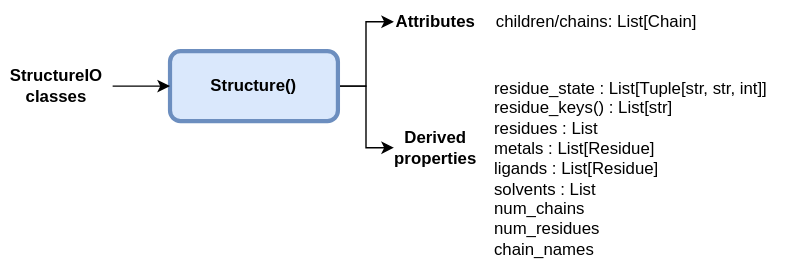
Above: docs/figures/Structure_io.svg in ChemBioHTP/enzyhtp_doc (draw.io), before the change. Source tidied: cells renumbered, new cells last; positions are measured from the earlier drawing's top-left corner, leaving out a move shared by most shapes.
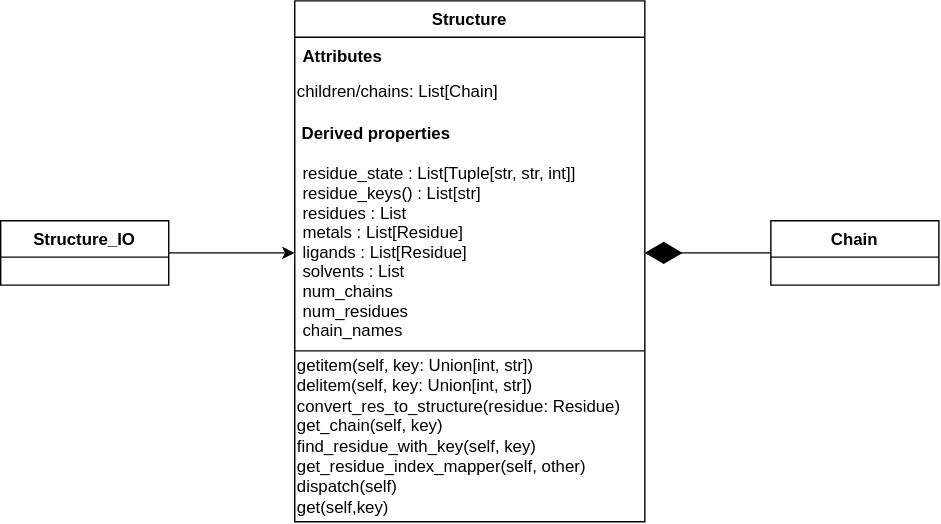
Above is the later version.

The edit, as a diff of the source:
```diff
@@ -1,33 +1,39 @@
 <mxGraphModel>
   <root>
-    <mxCell id="0" />
-    <mxCell id="1" parent="0" />
-    <mxCell id="2" style="edgeStyle=orthogonalEdgeStyle;rounded=0;jettySize=auto;html=1;entryX=0;entryY=0.5;entryDx=0;entryDy=0;" parent="1" edge="1" source="4" target="5">
-      <mxGeometry relative="1" as="geometry" />
-    </mxCell>
-    <mxCell id="3" style="edgeStyle=orthogonalEdgeStyle;rounded=0;jettySize=auto;html=1;entryX=0;entryY=0.5;entryDx=0;entryDy=0;" parent="1" edge="1" source="4" target="8">
-      <mxGeometry relative="1" as="geometry" />
-    </mxCell>
-    <mxCell id="4" value="&lt;span&gt;Structure()&lt;/span&gt;" style="rounded=1;whiteSpace=wrap;html=1;fillColor=#dae8fc;strokeColor=#6c8ebf;strokeWidth=3;fontStyle=1;" parent="1" vertex="1">
-      <mxGeometry x="121" y="36" width="120" height="50" as="geometry" />
-    </mxCell>
+    <mxCell id="11" />
+    <mxCell id="12" parent="11" />
+    <mxCell id="13" value="Structure" style="swimlane;fontStyle=1;align=center;verticalAlign=top;horizontal=1;startSize=26;rounded=0;shadow=0;strokeWidth=1;" parent="12" vertex="1">
+      <mxGeometry x="120" y="-986" width="250" height="372" as="geometry" />
+    </mxCell>
-    <mxCell id="5" value="Attributes" style="text;html=1;align=center;verticalAlign=middle;whiteSpace=wrap;rounded=0;fontStyle=1;" parent="1" vertex="1">
-      <mxGeometry x="281" width="60" height="30" as="geometry" />
+    <mxCell id="5" value="Attributes" style="text;align=left;verticalAlign=top;spacingLeft=4;spacingRight=4;overflow=hidden;points=[[0,0.5],[1,0.5]];portConstraint=eastwest;fontStyle=1;" parent="13" vertex="1">
+      <mxGeometry y="26" width="250" height="24" as="geometry" />
     </mxCell>
-    <mxCell id="6" value="children/chains: List[Chain]" style="text;html=1;align=center;verticalAlign=middle;whiteSpace=wrap;rounded=0;" parent="1" vertex="1">
-      <mxGeometry x="341" width="170" height="30" as="geometry" />
+    <mxCell id="6" value="&lt;span style=&quot;text-wrap: nowrap;&quot;&gt;children/chains: List[Chain]&lt;/span&gt;" style="text;html=1;align=left;verticalAlign=middle;whiteSpace=wrap;rounded=0;" parent="13" vertex="1">
+      <mxGeometry y="50" width="250" height="30" as="geometry" />
     </mxCell>
+    <mxCell id="8" value="&lt;b style=&quot;text-wrap: nowrap;&quot;&gt;&amp;nbsp;Derived properties&lt;/b&gt;" style="text;html=1;align=left;verticalAlign=middle;whiteSpace=wrap;rounded=0;" parent="13" vertex="1">
+      <mxGeometry y="80" width="250" height="30" as="geometry" />
+    </mxCell>
-    <mxCell id="7" value="&lt;div&gt;residue_state : List[Tuple[str, str, int]]&lt;/div&gt;&lt;div&gt;residue_keys() : List[str]&lt;/div&gt;&lt;div&gt;residues : List&lt;/div&gt;&lt;div&gt;metals : List[Residue]&lt;/div&gt;&lt;div&gt;ligands : List[Residue]&lt;/div&gt;&lt;div&gt;solvents : List&lt;/div&gt;&lt;div&gt;num_chains&lt;/div&gt;&lt;div&gt;num_residues&lt;/div&gt;&lt;div&gt;chain_names&lt;/div&gt;" style="text;html=1;align=left;verticalAlign=middle;whiteSpace=wrap;rounded=0;" parent="1" vertex="1">
-      <mxGeometry x="351" y="50" width="209" height="140" as="geometry" />
+    <mxCell id="7" value="residue_state : List[Tuple[str, str, int]]&#10;residue_keys() : List[str]&#10;residues : List&#10;metals : List[Residue]&#10;ligands : List[Residue]&#10;solvents : List&#10;num_chains&#10;num_residues&#10;chain_names" style="text;align=left;verticalAlign=top;spacingLeft=4;spacingRight=4;overflow=hidden;points=[[0,0.5],[1,0.5]];portConstraint=eastwest;" parent="13" vertex="1">
+      <mxGeometry y="110" width="250" height="140" as="geometry" />
     </mxCell>
-    <mxCell id="8" value="Derived properties" style="text;html=1;align=center;verticalAlign=middle;whiteSpace=wrap;rounded=0;fontStyle=1;" parent="1" vertex="1">
-      <mxGeometry x="281" y="90" width="60" height="30" as="geometry" />
-    </mxCell>
-    <mxCell id="9" style="edgeStyle=orthogonalEdgeStyle;rounded=0;jettySize=auto;html=1;" parent="1" edge="1" source="10" target="4">
-      <mxGeometry relative="1" as="geometry" />
-    </mxCell>
-    <mxCell id="10" value="StructureIO classes" style="text;html=1;align=center;verticalAlign=middle;whiteSpace=wrap;rounded=0;fontStyle=1;" parent="1" vertex="1">
-      <mxGeometry y="46" width="80" height="30" as="geometry" />
-    </mxCell>
+    <mxCell id="14" style="endArrow=none;html=1;rounded=0;entryX=1;entryY=0;entryDx=0;entryDy=0;exitX=0;exitY=0;exitDx=0;exitDy=0;" parent="13" edge="1" source="15" target="15">
+      <mxGeometry relative="1" as="geometry" />
+    </mxCell>
+    <mxCell id="15" value="&lt;div&gt;getitem(self, key: Union[int, str])&lt;/div&gt;&lt;div&gt;delitem(self, key: Union[int, str])&lt;/div&gt;&lt;div&gt;convert_res_to_structure(residue: Residue)&lt;/div&gt;&lt;div&gt;get_chain(self, key)&lt;/div&gt;&lt;div&gt;find_residue_with_key(self, key)&lt;/div&gt;&lt;div&gt;get_residue_index_mapper(self, other)&lt;/div&gt;&lt;div&gt;dispatch(self)&lt;/div&gt;&lt;div&gt;get(self,key)&lt;/div&gt;" style="text;html=1;align=left;verticalAlign=middle;whiteSpace=wrap;rounded=0;" parent="13" vertex="1">
+      <mxGeometry y="250" width="250" height="122" as="geometry" />
+    </mxCell>
+    <mxCell id="16" style="edgeStyle=orthogonalEdgeStyle;rounded=0;jettySize=auto;html=1;" parent="12" edge="1" source="17" target="7">
+      <mxGeometry relative="1" as="geometry" />
+    </mxCell>
+    <mxCell id="17" value="Structure_IO" style="swimlane;fontStyle=1;align=center;verticalAlign=top;horizontal=1;startSize=26;rounded=0;shadow=0;strokeWidth=1;" parent="12" vertex="1">
+      <mxGeometry x="-90" y="-829" width="120" height="46" as="geometry" />
+    </mxCell>
+    <mxCell id="18" value="Chain" style="swimlane;fontStyle=1;align=center;verticalAlign=top;horizontal=1;startSize=26;rounded=0;shadow=0;strokeWidth=1;" parent="12" vertex="1">
+      <mxGeometry x="460" y="-829" width="120" height="46" as="geometry" />
+    </mxCell>
+    <mxCell id="19" style="endArrow=diamondThin;endFill=1;endSize=24;html=1;rounded=0;exitX=0;exitY=0.5;exitDx=0;exitDy=0;" parent="12" edge="1" source="18" target="7">
+      <mxGeometry relative="1" as="geometry" />
+    </mxCell>
   </root>
 </mxGraphModel>
```
